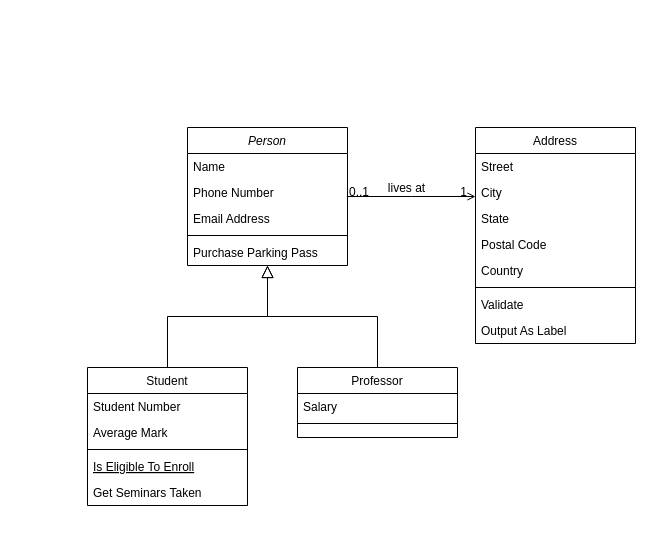
This is Untitled Diagram.drawio from githubwanting/ClassDiagrams, a draw.io file, before an edit. Source tidied: cells renumbered, new cells numbered last; positions are measured from the earlier drawing's top-left corner, leaving out a move shared by most shapes. Both pictures are drawn from the tidied source at 100%, with x=0, y=0 at pixel (87, 127).
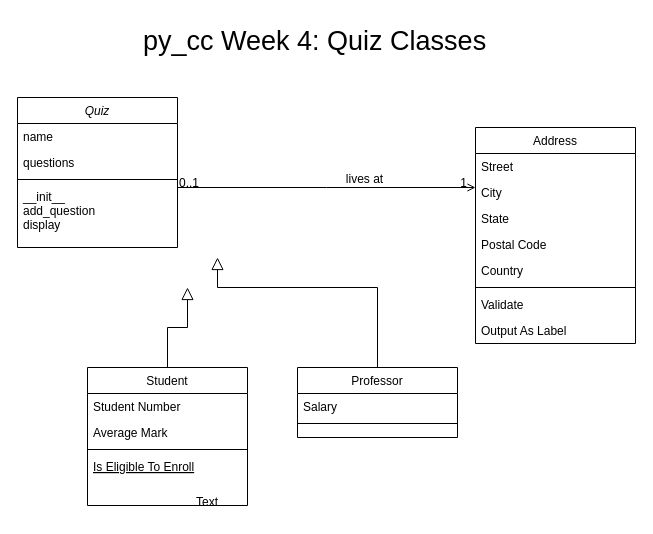
Above is the later version.

Commit message:
Update py_cc Week4: Quiz Classes.drawio

The change refers to these unchanged cells:
```xml
<mxCell id="8" value="Student" style="swimlane;fontStyle=0;align=center;verticalAlign=top;horizontal=1;startSize=26;rounded=0;shadow=0;strokeWidth=1;" parent="1" vertex="1">
  <mxGeometry y="240" width="160" height="138" as="geometry" />
</mxCell>
<mxCell id="15" value="Professor" style="swimlane;fontStyle=0;align=center;verticalAlign=top;horizontal=1;startSize=26;rounded=0;shadow=0;strokeWidth=1;" parent="1" vertex="1">
  <mxGeometry x="210" y="240" width="160" height="70" as="geometry" />
</mxCell>
```

What changed in the source:
```diff
@@
-    <mxCell id="2" value="Person" style="swimlane;fontStyle=2;align=center;verticalAlign=top;horizontal=1;startSize=26;rounded=0;shadow=0;strokeWidth=1;" parent="1" vertex="1">
-      <mxGeometry x="100" width="160" height="138" as="geometry" />
+    <mxCell id="2" value="Quiz" style="swimlane;fontStyle=2;align=center;verticalAlign=top;horizontal=1;startSize=26;rounded=0;shadow=0;strokeWidth=1;" parent="1" vertex="1">
+      <mxGeometry x="-70" y="-30" width="160" height="150" as="geometry" />
     </mxCell>
-    <mxCell id="3" value="Name" style="text;align=left;verticalAlign=top;spacingLeft=4;spacingRight=4;overflow=hidden;" parent="2" vertex="1">
+    <mxCell id="3" value="name" style="text;align=left;verticalAlign=top;spacingLeft=4;spacingRight=4;overflow=hidden;" parent="2" vertex="1">
       <mxGeometry y="26" width="160" height="26" as="geometry" />
     </mxCell>
-    <mxCell id="4" value="Phone Number" style="text;align=left;verticalAlign=top;spacingLeft=4;spacingRight=4;overflow=hidden;rounded=0;shadow=0;html=0;" parent="2" vertex="1">
+    <mxCell id="4" value="questions" style="text;align=left;verticalAlign=top;spacingLeft=4;spacingRight=4;overflow=hidden;rounded=0;shadow=0;html=0;" parent="2" vertex="1">
       <mxGeometry y="52" width="160" height="26" as="geometry" />
     </mxCell>
-    <mxCell id="5" value="Email Address" style="text;align=left;verticalAlign=top;spacingLeft=4;spacingRight=4;overflow=hidden;rounded=0;shadow=0;html=0;" parent="2" vertex="1">
-      <mxGeometry y="78" width="160" height="26" as="geometry" />
-    </mxCell>
     <mxCell id="6" style="line;html=1;strokeWidth=1;align=left;verticalAlign=middle;spacingTop=-1;spacingLeft=3;spacingRight=3;labelPosition=right;" parent="2" vertex="1">
-      <mxGeometry y="104" width="160" height="8" as="geometry" />
+      <mxGeometry y="78" width="160" height="8" as="geometry" />
     </mxCell>
-    <mxCell id="7" value="Purchase Parking Pass" style="text;align=left;verticalAlign=top;spacingLeft=4;spacingRight=4;overflow=hidden;" parent="2" vertex="1">
-      <mxGeometry y="112" width="160" height="26" as="geometry" />
+    <mxCell id="7" value="__init__&#10;add_question&#10;display" style="text;align=left;verticalAlign=top;spacingLeft=4;spacingRight=4;overflow=hidden;" parent="2" vertex="1">
+      <mxGeometry y="86" width="160" height="64" as="geometry" />
     </mxCell>
@@
-    <mxCell id="13" value="Get Seminars Taken" style="text;align=left;verticalAlign=top;spacingLeft=4;spacingRight=4;overflow=hidden;" parent="8" vertex="1">
-      <mxGeometry y="112" width="160" height="26" as="geometry" />
-    </mxCell>
-    <mxCell id="14" style="endArrow=block;endSize=10;endFill=0;shadow=0;strokeWidth=1;rounded=0;edgeStyle=elbowEdgeStyle;elbow=vertical;" parent="1" edge="1" source="8" target="2">
-      <mxGeometry relative="1" as="geometry" />
+    <mxCell id="14" style="endArrow=block;endSize=10;endFill=0;shadow=0;strokeWidth=1;rounded=0;edgeStyle=elbowEdgeStyle;elbow=vertical;" parent="1" edge="1" source="8">
+      <mxGeometry relative="1" as="geometry">
+        <mxPoint x="100" y="160" as="targetPoint" />
+      </mxGeometry>
     </mxCell>
@@
-    <mxCell id="18" style="endArrow=block;endSize=10;endFill=0;shadow=0;strokeWidth=1;rounded=0;edgeStyle=elbowEdgeStyle;elbow=vertical;" parent="1" edge="1" source="15" target="2">
-      <mxGeometry relative="1" as="geometry" />
+    <mxCell id="18" style="endArrow=block;endSize=10;endFill=0;shadow=0;strokeWidth=1;rounded=0;edgeStyle=elbowEdgeStyle;elbow=vertical;" parent="1" edge="1" source="15">
+      <mxGeometry relative="1" as="geometry">
+        <mxPoint x="130" y="130" as="targetPoint" />
+        <Array as="points">
+          <mxPoint x="160" y="160" />
+        </Array>
+      </mxGeometry>
     </mxCell>
@@
+    <mxCell id="32" value="Text" style="text;strokeColor=none;align=center;fillColor=none;html=1;verticalAlign=middle;whiteSpace=wrap;rounded=0;" parent="1" vertex="1">
+      <mxGeometry x="90" y="360" width="60" height="30" as="geometry" />
+    </mxCell>
+    <mxCell id="13" value="py_cc Week 4: Quiz Classes" style="text;align=left;verticalAlign=top;spacingLeft=4;spacingRight=4;overflow=hidden;fontSize=27;" parent="1" vertex="1">
+      <mxGeometry x="50" y="-110" width="390" height="40" as="geometry" />
+    </mxCell>
```
